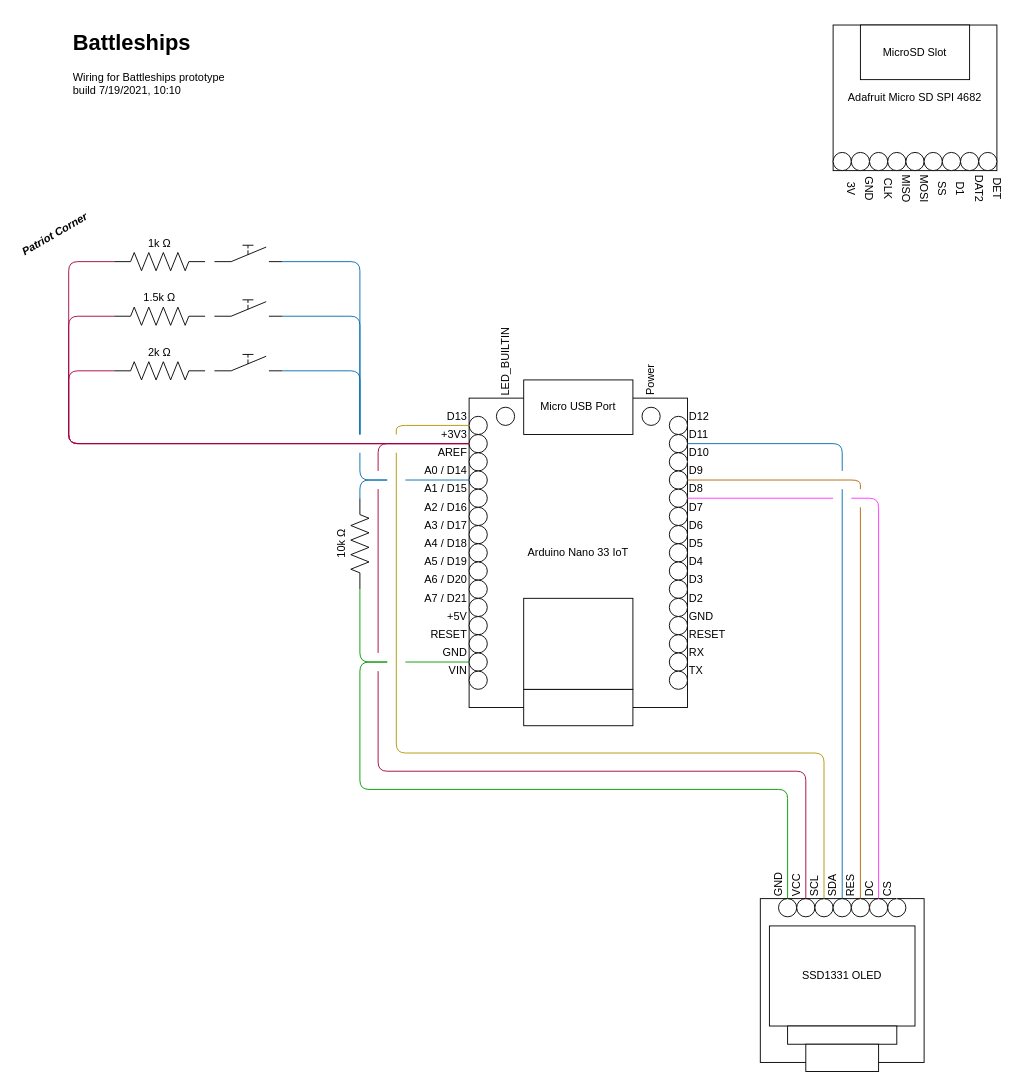
The draw.io diagram Prototype/Wiring Diagram.drawio in Matt-Anders-Gib/Battleships, before the edit. Source tidied: cells renumbered, new cells numbered last; positions are measured from the earlier drawing's top-left corner, leaving out a move shared by most shapes. Both pictures are drawn from the tidied source at 91%, with x=0, y=0 at pixel (14, 25).
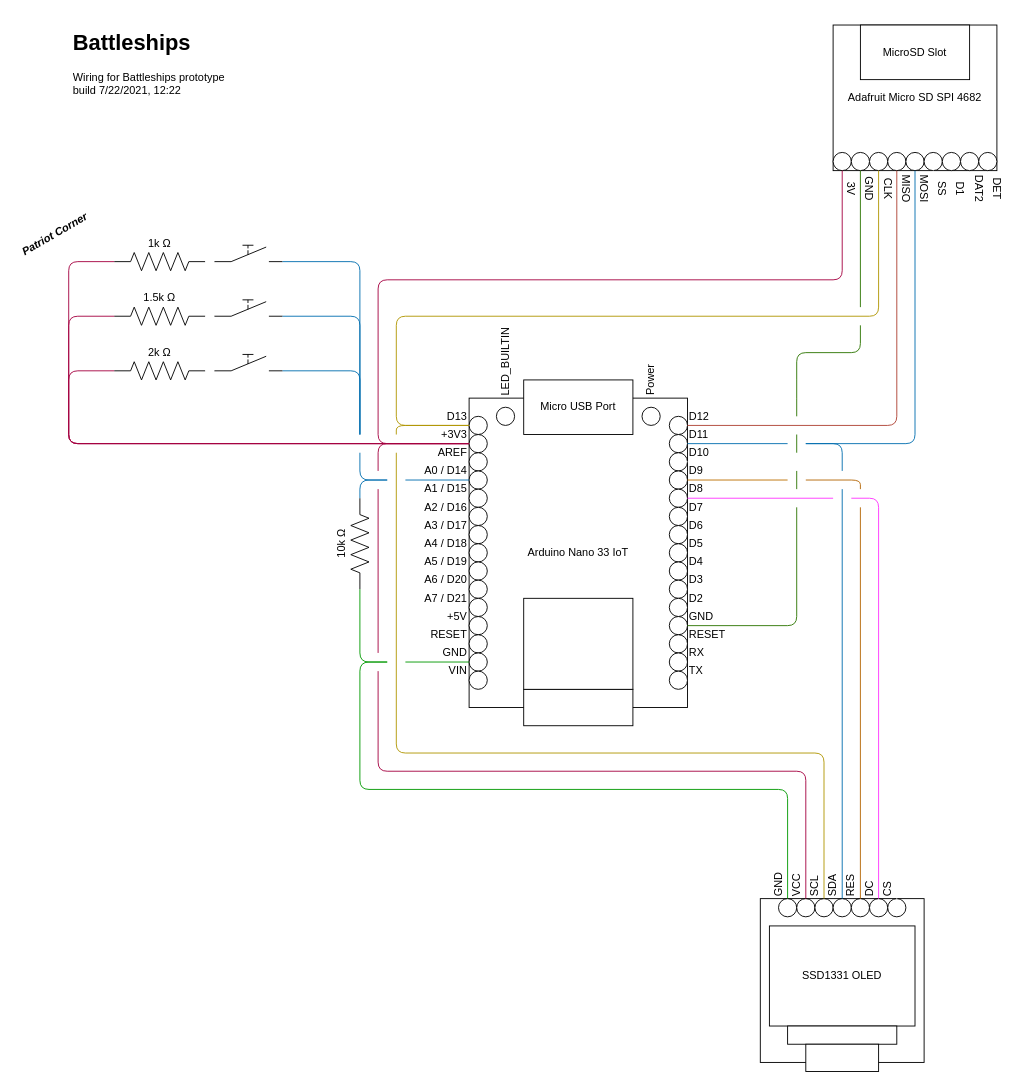
The same page after the edit.

Commit message:
Wiring to include MicroSD Card

Untested so far

Unchanged cells that the change refers to:
```xml
<mxCell id="8" style="ellipse;whiteSpace=wrap;html=1;" parent="3" vertex="1">
  <mxGeometry x="720" y="430" width="20" height="20" as="geometry" />
</mxCell>
<mxCell id="9" style="ellipse;whiteSpace=wrap;html=1;" parent="3" vertex="1">
  <mxGeometry x="720" y="450" width="20" height="20" as="geometry" />
</mxCell>
<mxCell id="11" style="ellipse;whiteSpace=wrap;html=1;" parent="3" vertex="1">
  <mxGeometry x="720" y="490" width="20" height="20" as="geometry" />
</mxCell>
<mxCell id="30" style="ellipse;whiteSpace=wrap;html=1;" parent="3" vertex="1">
  <mxGeometry x="720" y="650" width="20" height="20" as="geometry" />
</mxCell>
<mxCell id="38" style="ellipse;whiteSpace=wrap;html=1;" parent="3" vertex="1">
  <mxGeometry x="500" y="430" width="20" height="20" as="geometry" />
</mxCell>
<mxCell id="39" style="ellipse;whiteSpace=wrap;html=1;" parent="3" vertex="1">
  <mxGeometry x="500" y="450" width="20" height="20" as="geometry" />
</mxCell>
<mxCell id="135" style="ellipse;whiteSpace=wrap;html=1;" parent="132" vertex="1">
  <mxGeometry x="900" y="140" width="20" height="20" as="geometry" />
</mxCell>
<mxCell id="136" style="ellipse;whiteSpace=wrap;html=1;" parent="132" vertex="1">
  <mxGeometry x="920" y="140" width="20" height="20" as="geometry" />
</mxCell>
<mxCell id="137" style="ellipse;whiteSpace=wrap;html=1;" parent="132" vertex="1">
  <mxGeometry x="940" y="140" width="20" height="20" as="geometry" />
</mxCell>
<mxCell id="138" style="ellipse;whiteSpace=wrap;html=1;" parent="132" vertex="1">
  <mxGeometry x="960" y="140" width="20" height="20" as="geometry" />
</mxCell>
<mxCell id="139" style="ellipse;whiteSpace=wrap;html=1;" parent="132" vertex="1">
  <mxGeometry x="980" y="140" width="20" height="20" as="geometry" />
</mxCell>
<mxCell id="140" style="ellipse;whiteSpace=wrap;html=1;" parent="132" vertex="1">
  <mxGeometry x="1000" y="140" width="20" height="20" as="geometry" />
</mxCell>
```

Change to the diagram source:
```diff
@@
-    <mxCell id="97" style="endArrow=none;html=1;entryX=1;entryY=0.5;entryDx=0;entryDy=0;fillColor=#1ba1e2;strokeColor=#006EAF;" parent="90" edge="1" target="9">
+    <mxCell id="97" style="endArrow=none;html=1;fillColor=#1ba1e2;strokeColor=#006EAF;" parent="90" edge="1">
       <mxGeometry relative="1" as="geometry">
         <mxPoint x="910" y="490" as="sourcePoint" />
+        <mxPoint x="870" y="460" as="targetPoint" />
         <Array as="points">
           <mxPoint x="910" y="460" />
         </Array>
       </mxGeometry>
     </mxCell>
-    <mxCell id="98" style="endArrow=none;html=1;exitX=1;exitY=0.5;exitDx=0;exitDy=0;fillColor=#fad7ac;strokeColor=#b46504;" parent="90" edge="1" source="11">
+    <mxCell id="98" style="endArrow=none;html=1;fillColor=#fad7ac;strokeColor=#b46504;" parent="90" edge="1">
       <mxGeometry relative="1" as="geometry">
+        <mxPoint x="870" y="500" as="sourcePoint" />
         <mxPoint x="930" y="510" as="targetPoint" />
         <Array as="points">
           <mxPoint x="930" y="500" />
         </Array>
       </mxGeometry>
     </mxCell>
@@
+    <mxCell id="155" style="endArrow=none;html=1;exitX=1;exitY=0.5;exitDx=0;exitDy=0;strokeColor=#006EAF;" parent="90" edge="1" source="9">
+      <mxGeometry relative="1" as="geometry">
+        <mxPoint x="850" y="460" as="targetPoint" />
+      </mxGeometry>
+    </mxCell>
+    <mxCell id="156" style="endArrow=none;html=1;strokeColor=#BD7000;exitX=1;exitY=0.5;exitDx=0;exitDy=0;fillColor=#f0a30a;" parent="90" edge="1" source="11">
+      <mxGeometry relative="1" as="geometry">
+        <mxPoint x="850" y="500" as="targetPoint" />
+      </mxGeometry>
+    </mxCell>
@@
-    <mxCell id="153" value="&lt;h1&gt;Battleships&lt;/h1&gt;&lt;p&gt;Wiring for Battleships prototype build&amp;nbsp;&lt;span&gt;7/19/2021, 10:10&lt;/span&gt;&lt;/p&gt;" style="text;html=1;strokeColor=none;fillColor=none;spacing=5;spacingTop=-20;whiteSpace=wrap;overflow=hidden;rounded=0;align=left;" parent="132" vertex="1">
+    <mxCell id="153" value="&lt;h1&gt;Battleships&lt;/h1&gt;&lt;p&gt;Wiring for Battleships prototype build&amp;nbsp;&lt;span&gt;7/22/2021, 12:22&lt;/span&gt;&lt;/p&gt;" style="text;html=1;strokeColor=none;fillColor=none;spacing=5;spacingTop=-20;whiteSpace=wrap;overflow=hidden;rounded=0;align=left;" parent="132" vertex="1">
       <mxGeometry x="60" width="190" height="120" as="geometry" />
     </mxCell>
@@
+    <mxCell id="157" parent="0" />
+    <mxCell id="158" style="endArrow=none;html=1;entryX=0.5;entryY=1;entryDx=0;entryDy=0;exitX=0;exitY=0.5;exitDx=0;exitDy=0;fillColor=#d80073;strokeColor=#A50040;" parent="157" edge="1" source="39" target="135">
+      <mxGeometry relative="1" as="geometry">
+        <Array as="points">
+          <mxPoint x="400" y="460" />
+          <mxPoint x="400" y="280" />
+          <mxPoint x="910" y="280" />
+        </Array>
+      </mxGeometry>
+    </mxCell>
+    <mxCell id="159" style="endArrow=none;html=1;entryX=0.5;entryY=1;entryDx=0;entryDy=0;exitX=0;exitY=0.5;exitDx=0;exitDy=0;fillColor=#e3c800;strokeColor=#B09500;" parent="157" edge="1" source="38" target="137">
+      <mxGeometry relative="1" as="geometry">
+        <Array as="points">
+          <mxPoint x="420" y="440" />
+          <mxPoint x="420" y="320" />
+          <mxPoint x="950" y="320" />
+        </Array>
+      </mxGeometry>
+    </mxCell>
+    <mxCell id="160" style="endArrow=none;html=1;entryX=0.5;entryY=1;entryDx=0;entryDy=0;fillColor=#60a917;strokeColor=#2D7600;" parent="157" edge="1" target="136">
+      <mxGeometry relative="1" as="geometry">
+        <mxPoint x="930" y="310" as="sourcePoint" />
+      </mxGeometry>
+    </mxCell>
+    <mxCell id="161" style="endArrow=none;html=1;exitX=1;exitY=0.5;exitDx=0;exitDy=0;entryX=0.5;entryY=1;entryDx=0;entryDy=0;fillColor=#fad9d5;strokeColor=#ae4132;" parent="157" edge="1" source="8" target="138">
+      <mxGeometry relative="1" as="geometry">
+        <Array as="points">
+          <mxPoint x="970" y="440" />
+        </Array>
+      </mxGeometry>
+    </mxCell>
+    <mxCell id="162" style="endArrow=none;html=1;entryX=0.5;entryY=1;entryDx=0;entryDy=0;fillColor=#0050ef;strokeColor=#006EAF;" parent="157" edge="1" target="139">
+      <mxGeometry relative="1" as="geometry">
+        <mxPoint x="870" y="460" as="sourcePoint" />
+        <Array as="points">
+          <mxPoint x="990" y="460" />
+        </Array>
+      </mxGeometry>
+    </mxCell>
+    <mxCell id="163" style="endArrow=none;html=1;entryX=0.5;entryY=1;entryDx=0;entryDy=0;strokeColor=#FFFFFF;" parent="157" edge="1" target="140">
+      <mxGeometry relative="1" as="geometry">
+        <mxPoint x="920" y="480" as="sourcePoint" />
+        <Array as="points">
+          <mxPoint x="1010" y="480" />
+        </Array>
+      </mxGeometry>
+    </mxCell>
+    <mxCell id="164" style="endArrow=none;html=1;strokeColor=#2D7600;fillColor=#60a917;" parent="157" edge="1">
+      <mxGeometry relative="1" as="geometry">
+        <mxPoint x="860" y="430" as="sourcePoint" />
+        <mxPoint x="930" y="330" as="targetPoint" />
+        <Array as="points">
+          <mxPoint x="860" y="400" />
+          <mxPoint x="860" y="360" />
+          <mxPoint x="930" y="360" />
+        </Array>
+      </mxGeometry>
+    </mxCell>
+    <mxCell id="165" style="endArrow=none;html=1;strokeColor=#2D7600;fillColor=#60a917;" parent="157" edge="1">
+      <mxGeometry relative="1" as="geometry">
+        <mxPoint x="860" y="470" as="sourcePoint" />
+        <mxPoint x="860" y="450" as="targetPoint" />
+      </mxGeometry>
+    </mxCell>
+    <mxCell id="166" style="endArrow=none;html=1;strokeColor=#2D7600;fillColor=#60a917;" parent="157" edge="1">
+      <mxGeometry relative="1" as="geometry">
+        <mxPoint x="860" y="510" as="sourcePoint" />
+        <mxPoint x="860" y="490" as="targetPoint" />
+      </mxGeometry>
+    </mxCell>
+    <mxCell id="167" style="endArrow=none;html=1;strokeColor=#2D7600;exitX=1;exitY=0.5;exitDx=0;exitDy=0;fillColor=#60a917;" parent="157" edge="1" source="30">
+      <mxGeometry relative="1" as="geometry">
+        <mxPoint x="860" y="530" as="targetPoint" />
+        <Array as="points">
+          <mxPoint x="860" y="660" />
+        </Array>
+      </mxGeometry>
+    </mxCell>
```
